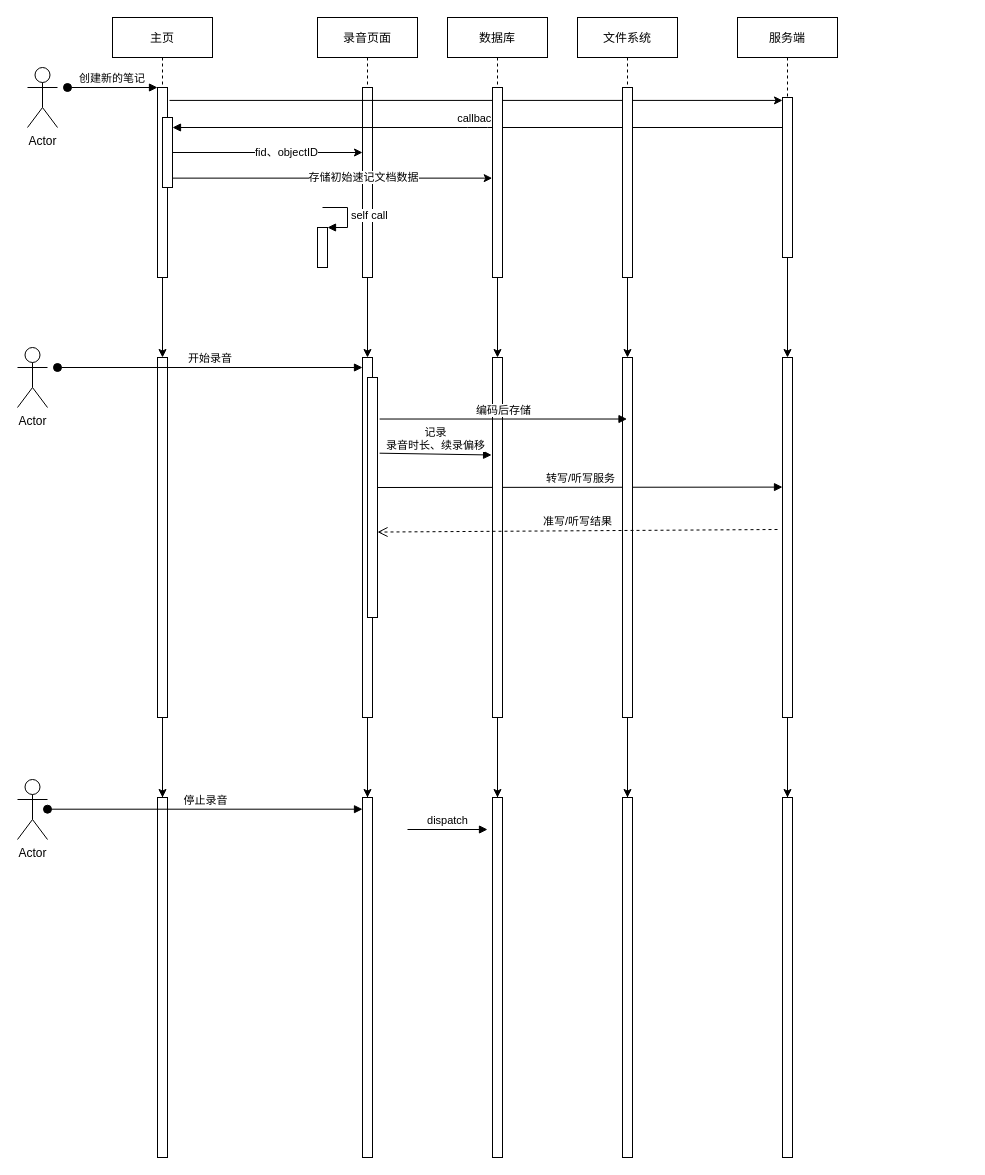
Before: Untitled Diagram.drawio in wlong610/drawio, a draw.io diagram. Source tidied: cells renumbered, new cells numbered last; positions are measured from the earlier drawing's top-left corner, leaving out a move shared by most shapes. Both pictures are drawn from the tidied source at 100%, with x=0, y=0 at pixel (17, 17).
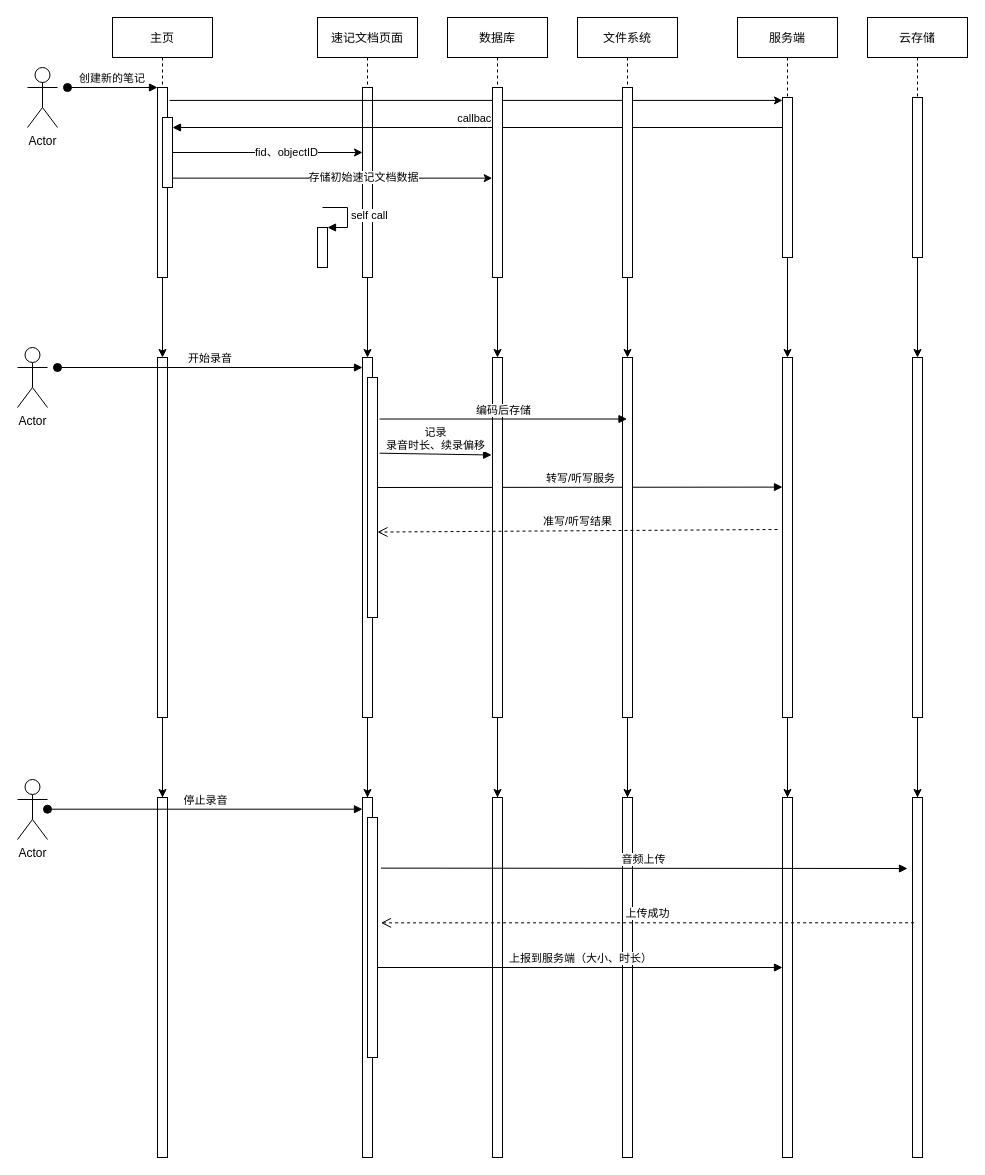
The same page after the edit.

The change refers to these unchanged cells:
```xml
<mxCell id="15" style="points=[];perimeter=orthogonalPerimeter;rounded=0;shadow=0;strokeWidth=1;" parent="10" vertex="1">
  <mxGeometry x="45" y="780" width="10" height="360" as="geometry" />
</mxCell>
```

What changed in the source:
```diff
@@
-    <mxCell id="2" value="录音页面" style="shape=umlLifeline;perimeter=lifelinePerimeter;rounded=0;shadow=0;strokeWidth=1;" parent="1" vertex="1">
+    <mxCell id="2" value="速记文档页面" style="shape=umlLifeline;perimeter=lifelinePerimeter;rounded=0;shadow=0;strokeWidth=1;" parent="1" vertex="1">
       <mxGeometry x="300" width="100" height="890" as="geometry" />
     </mxCell>
@@
-    <mxCell id="50" value="dispatch" style="html=1;verticalAlign=bottom;endArrow=block;" parent="1" edge="1">
-      <mxGeometry relative="1" as="geometry">
-        <mxPoint x="390" y="812" as="sourcePoint" />
-        <mxPoint x="470" y="812" as="targetPoint" />
-      </mxGeometry>
-    </mxCell>
@@
+    <mxCell id="54" style="points=[];perimeter=orthogonalPerimeter;rounded=0;shadow=0;strokeWidth=1;" parent="1" vertex="1">
+      <mxGeometry x="350" y="800" width="10" height="240" as="geometry" />
+    </mxCell>
+    <mxCell id="55" value="云存储" style="shape=umlLifeline;perimeter=lifelinePerimeter;rounded=0;shadow=0;strokeWidth=1;" parent="1" vertex="1">
+      <mxGeometry x="850" width="100" height="890" as="geometry" />
+    </mxCell>
+    <mxCell id="56" style="edgeStyle=orthogonalEdgeStyle;rounded=0;jettySize=auto;html=1;" parent="55" edge="1" source="57" target="59">
+      <mxGeometry relative="1" as="geometry" />
+    </mxCell>
+    <mxCell id="57" style="points=[];perimeter=orthogonalPerimeter;rounded=0;shadow=0;strokeWidth=1;" parent="55" vertex="1">
+      <mxGeometry x="45" y="80" width="10" height="160" as="geometry" />
+    </mxCell>
+    <mxCell id="58" style="edgeStyle=orthogonalEdgeStyle;rounded=0;jettySize=auto;html=1;" parent="55" edge="1" source="59" target="60">
+      <mxGeometry relative="1" as="geometry" />
+    </mxCell>
+    <mxCell id="59" style="points=[];perimeter=orthogonalPerimeter;rounded=0;shadow=0;strokeWidth=1;" parent="55" vertex="1">
+      <mxGeometry x="45" y="340" width="10" height="360" as="geometry" />
+    </mxCell>
+    <mxCell id="60" style="points=[];perimeter=orthogonalPerimeter;rounded=0;shadow=0;strokeWidth=1;" parent="55" vertex="1">
+      <mxGeometry x="45" y="780" width="10" height="360" as="geometry" />
+    </mxCell>
+    <mxCell id="61" value="音频上传" style="html=1;verticalAlign=bottom;endArrow=block;exitX=1.348;exitY=0.211;exitDx=0;exitDy=0;exitPerimeter=0;" parent="1" edge="1" source="54">
+      <mxGeometry relative="1" as="geometry">
+        <mxPoint x="890" y="851" as="targetPoint" />
+      </mxGeometry>
+    </mxCell>
+    <mxCell id="62" value="上传成功" style="html=1;verticalAlign=bottom;endArrow=open;dashed=1;endSize=8;exitX=0.159;exitY=0.348;exitDx=0;exitDy=0;exitPerimeter=0;entryX=1.348;entryY=0.439;entryDx=0;entryDy=0;entryPerimeter=0;" parent="1" edge="1" source="60" target="54">
+      <mxGeometry relative="1" as="geometry" />
+    </mxCell>
+    <mxCell id="63" value="上报到服务端（大小、时长）" style="html=1;verticalAlign=bottom;endArrow=block;" parent="1" edge="1" target="15">
+      <mxGeometry relative="1" as="geometry">
+        <mxPoint x="360" y="950" as="sourcePoint" />
+      </mxGeometry>
+    </mxCell>
```
